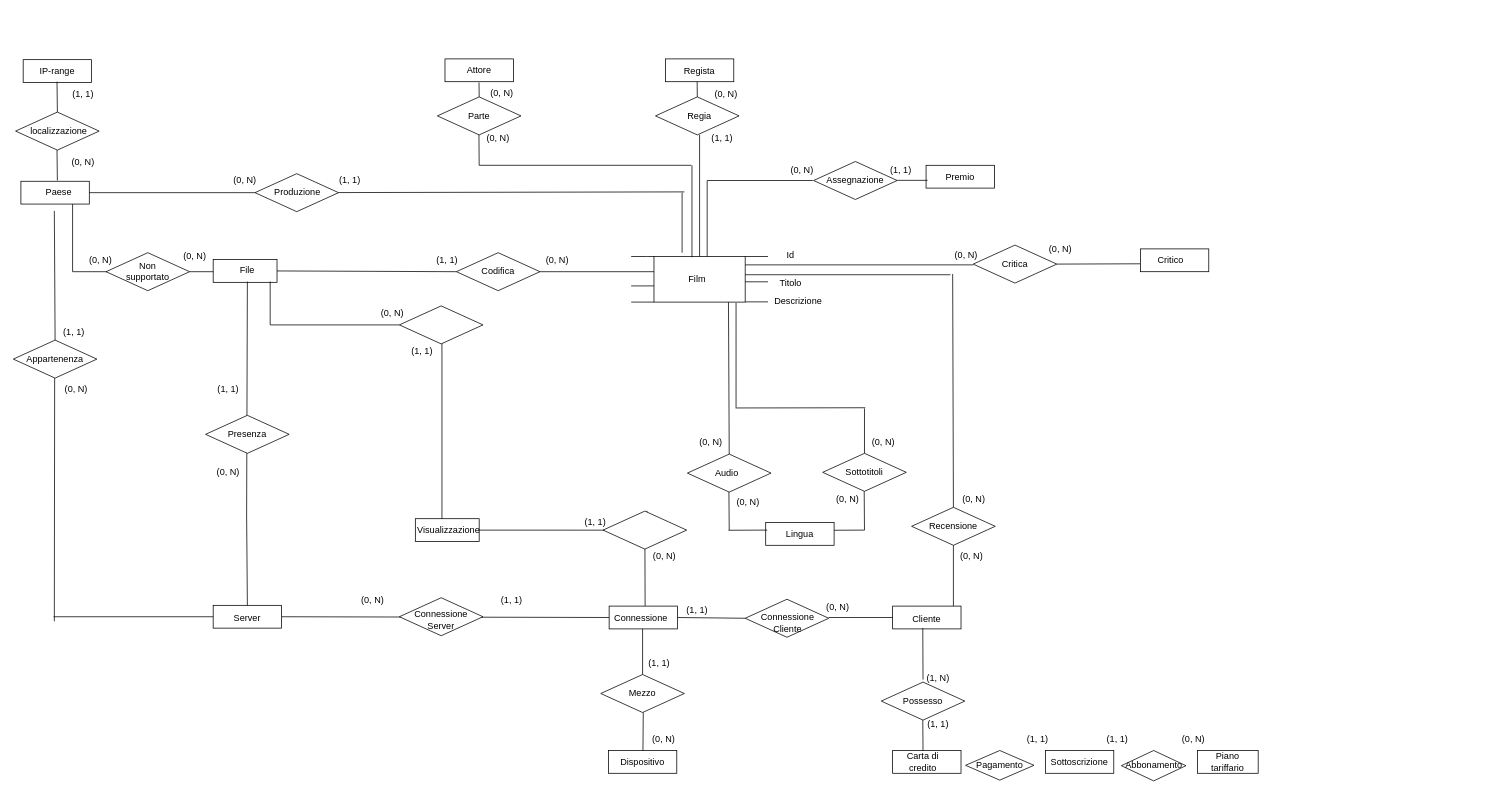
gcairone/progettodb keeps this draw.io diagram as ER_ristr.drawio. Above is the earlier version. Source tidied: cells renumbered, new cells numbered last; positions are measured from the earlier drawing's top-left corner, leaving out a move shared by most shapes. Both pictures are drawn from the tidied source at 76%, with x=0, y=0 at pixel (13, 59).
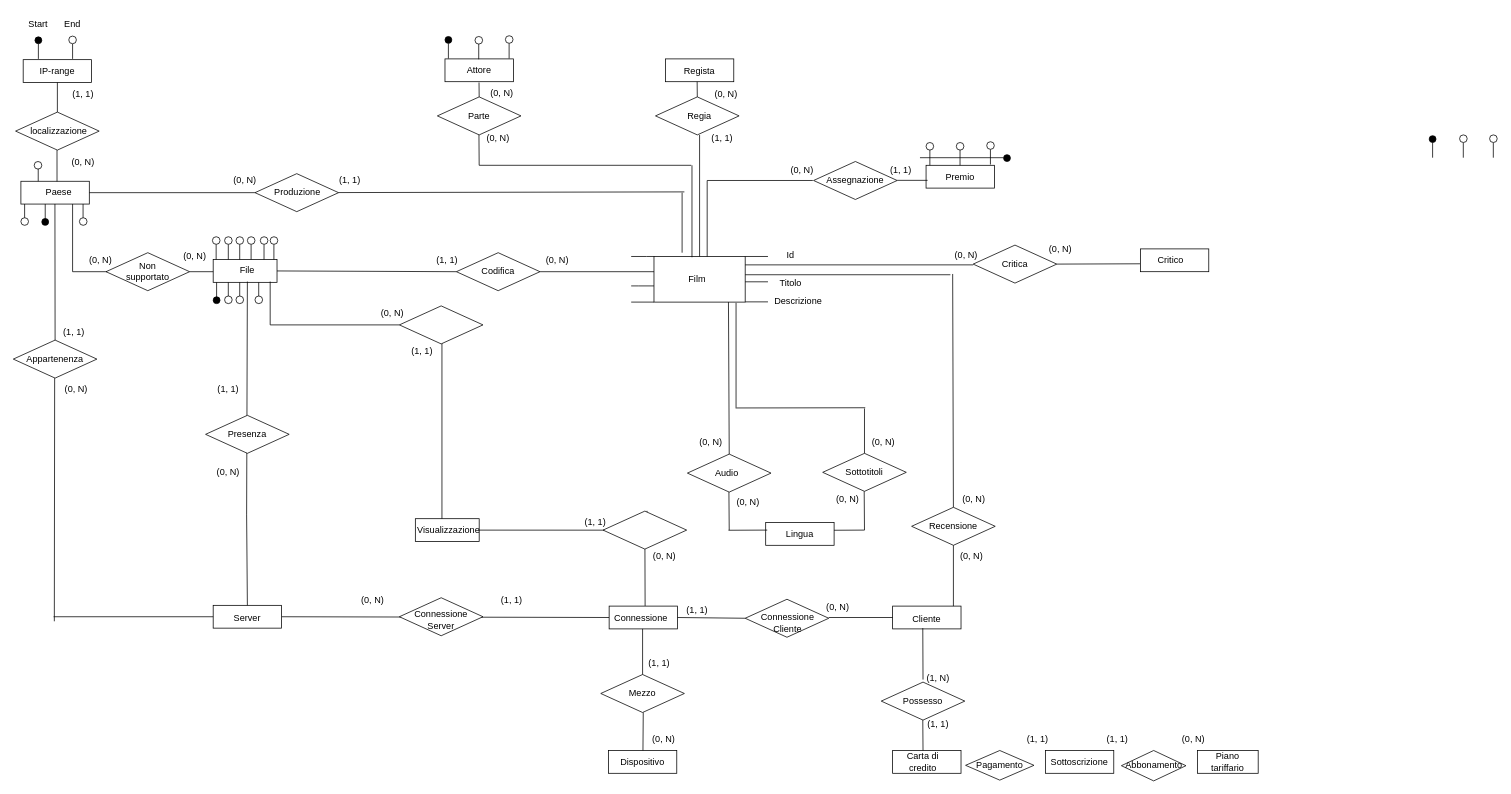
The same diagram, later.

Commit message:
adding attributes to ER_ristr diagram

The change refers to these unchanged cells:
```xml
<mxCell id="13" style="rhombus;whiteSpace=wrap;html=1;" parent="1" vertex="1">
  <mxGeometry y="370" width="110" height="50" as="geometry" />
</mxCell>
<mxCell id="28" value="Paese" style="text;html=1;strokeColor=none;fillColor=none;align=center;verticalAlign=middle;whiteSpace=wrap;rounded=0;" parent="1" vertex="1">
  <mxGeometry x="30" y="161" width="60" height="30" as="geometry" />
</mxCell>
<mxCell id="153" value="IP-range" style="text;html=1;strokeColor=none;fillColor=none;align=center;verticalAlign=middle;whiteSpace=wrap;rounded=0;" parent="1" vertex="1">
  <mxGeometry x="28" y="1" width="60" height="30" as="geometry" />
</mxCell>
```

Change to the diagram source:
```diff
@@
-    <mxCell id="50" style="endArrow=none;html=1;rounded=0;exitX=0.5;exitY=0;exitDx=0;exitDy=0;" parent="1" edge="1" source="13">
-      <mxGeometry relative="1" as="geometry">
-        <mxPoint x="54" y="200" as="targetPoint" />
-      </mxGeometry>
+    <mxCell id="50" style="endArrow=none;html=1;rounded=0;exitX=0.5;exitY=0;exitDx=0;exitDy=0;entryX=0.413;entryY=0.997;entryDx=0;entryDy=0;entryPerimeter=0;" parent="1" edge="1" source="13" target="28">
+      <mxGeometry relative="1" as="geometry" />
     </mxCell>
@@
-    <mxCell id="157" style="endArrow=none;html=1;rounded=0;" parent="1" edge="1">
+    <mxCell id="157" style="endArrow=none;html=1;rounded=0;" parent="1" edge="1" target="153">
       <mxGeometry relative="1" as="geometry">
         <mxPoint x="58" y="70" as="sourcePoint" />
-        <mxPoint x="57.5" y="30" as="targetPoint" />
       </mxGeometry>
     </mxCell>
-    <mxCell id="158" style="endArrow=none;html=1;rounded=0;" parent="1" edge="1">
+    <mxCell id="158" style="endArrow=none;html=1;rounded=0;exitX=0.459;exitY=0.008;exitDx=0;exitDy=0;exitPerimeter=0;" parent="1" edge="1" source="28">
       <mxGeometry relative="1" as="geometry">
-        <mxPoint x="58" y="160" as="sourcePoint" />
         <mxPoint x="57.5" y="120" as="targetPoint" />
       </mxGeometry>
     </mxCell>
@@
+    <mxCell id="178" style="ellipse;whiteSpace=wrap;html=1;fillColor=#000000;" parent="1" vertex="1">
+      <mxGeometry x="28.5" y="-29" width="9" height="9" as="geometry" />
+    </mxCell>
+    <mxCell id="179" style="endArrow=none;html=1;rounded=0;" parent="1" edge="1">
+      <mxGeometry relative="1" as="geometry">
+        <mxPoint x="33" y="-20" as="sourcePoint" />
+        <mxPoint x="33" as="targetPoint" />
+      </mxGeometry>
+    </mxCell>
+    <mxCell id="180" style="endArrow=none;html=1;rounded=0;" parent="1" edge="1">
+      <mxGeometry relative="1" as="geometry">
+        <mxPoint x="78" y="-20" as="sourcePoint" />
+        <mxPoint x="78" as="targetPoint" />
+      </mxGeometry>
+    </mxCell>
+    <mxCell id="181" style="ellipse;whiteSpace=wrap;html=1;" parent="1" vertex="1">
+      <mxGeometry x="73" y="-30" width="10" height="10" as="geometry" />
+    </mxCell>
+    <mxCell id="182" value="Start" style="text;strokeColor=none;align=center;fillColor=none;html=1;verticalAlign=middle;whiteSpace=wrap;rounded=0;" parent="1" vertex="1">
+      <mxGeometry x="3" y="-60" width="60" height="30" as="geometry" />
+    </mxCell>
+    <mxCell id="183" value="End" style="text;strokeColor=none;align=center;fillColor=none;html=1;verticalAlign=middle;whiteSpace=wrap;rounded=0;" parent="1" vertex="1">
+      <mxGeometry x="48" y="-60" width="60" height="30" as="geometry" />
+    </mxCell>
+    <mxCell id="184" style="ellipse;whiteSpace=wrap;html=1;fillColor=#000000;" parent="1" vertex="1">
+      <mxGeometry x="37.5" y="210" width="9" height="9" as="geometry" />
+    </mxCell>
+    <mxCell id="185" style="endArrow=none;html=1;rounded=0;" parent="1" edge="1">
+      <mxGeometry relative="1" as="geometry">
+        <mxPoint x="42" y="191" as="sourcePoint" />
+        <mxPoint x="42" y="211" as="targetPoint" />
+      </mxGeometry>
+    </mxCell>
+    <mxCell id="186" style="endArrow=none;html=1;rounded=0;" parent="1" edge="1">
+      <mxGeometry relative="1" as="geometry">
+        <mxPoint x="32.8" y="141" as="sourcePoint" />
+        <mxPoint x="32.8" y="161" as="targetPoint" />
+      </mxGeometry>
+    </mxCell>
+    <mxCell id="187" style="endArrow=none;html=1;rounded=0;" parent="1" edge="1">
+      <mxGeometry relative="1" as="geometry">
+        <mxPoint x="91.8" y="191" as="sourcePoint" />
+        <mxPoint x="91.8" y="211" as="targetPoint" />
+      </mxGeometry>
+    </mxCell>
+    <mxCell id="188" style="endArrow=none;html=1;rounded=0;" parent="1" edge="1">
+      <mxGeometry relative="1" as="geometry">
+        <mxPoint x="14.9" y="191" as="sourcePoint" />
+        <mxPoint x="14.9" y="211" as="targetPoint" />
+      </mxGeometry>
+    </mxCell>
+    <mxCell id="189" style="ellipse;whiteSpace=wrap;html=1;" parent="1" vertex="1">
+      <mxGeometry x="27.5" y="135" width="10" height="10" as="geometry" />
+    </mxCell>
+    <mxCell id="190" style="ellipse;whiteSpace=wrap;html=1;" parent="1" vertex="1">
+      <mxGeometry x="10" y="209" width="10" height="10" as="geometry" />
+    </mxCell>
+    <mxCell id="191" style="ellipse;whiteSpace=wrap;html=1;" parent="1" vertex="1">
+      <mxGeometry x="87" y="209" width="10" height="10" as="geometry" />
+    </mxCell>
+    <mxCell id="192" style="ellipse;whiteSpace=wrap;html=1;fillColor=#000000;" parent="1" vertex="1">
+      <mxGeometry x="263" y="313" width="9" height="9" as="geometry" />
+    </mxCell>
+    <mxCell id="193" style="endArrow=none;html=1;rounded=0;" parent="1" edge="1">
+      <mxGeometry relative="1" as="geometry">
+        <mxPoint x="267.5" y="294" as="sourcePoint" />
+        <mxPoint x="267.5" y="314" as="targetPoint" />
+      </mxGeometry>
+    </mxCell>
+    <mxCell id="194" style="ellipse;whiteSpace=wrap;html=1;fillColor=#000000;" parent="1" vertex="1">
+      <mxGeometry x="1863" y="101" width="9" height="9" as="geometry" />
+    </mxCell>
+    <mxCell id="195" style="endArrow=none;html=1;rounded=0;" parent="1" edge="1">
+      <mxGeometry relative="1" as="geometry">
+        <mxPoint x="1867.5" y="110" as="sourcePoint" />
+        <mxPoint x="1867.5" y="130" as="targetPoint" />
+      </mxGeometry>
+    </mxCell>
+    <mxCell id="196" style="endArrow=none;html=1;rounded=0;" parent="1" edge="1">
+      <mxGeometry relative="1" as="geometry">
+        <mxPoint x="266.9" y="244" as="sourcePoint" />
+        <mxPoint x="266.9" y="264" as="targetPoint" />
+      </mxGeometry>
+    </mxCell>
+    <mxCell id="197" style="ellipse;whiteSpace=wrap;html=1;" parent="1" vertex="1">
+      <mxGeometry x="262" y="234" width="10" height="10" as="geometry" />
+    </mxCell>
+    <mxCell id="198" style="endArrow=none;html=1;rounded=0;" parent="1" edge="1">
+      <mxGeometry relative="1" as="geometry">
+        <mxPoint x="282.9" y="244" as="sourcePoint" />
+        <mxPoint x="282.9" y="264" as="targetPoint" />
+      </mxGeometry>
+    </mxCell>
+    <mxCell id="199" style="ellipse;whiteSpace=wrap;html=1;" parent="1" vertex="1">
+      <mxGeometry x="278" y="234" width="10" height="10" as="geometry" />
+    </mxCell>
+    <mxCell id="200" style="endArrow=none;html=1;rounded=0;" parent="1" edge="1">
+      <mxGeometry relative="1" as="geometry">
+        <mxPoint x="297.9" y="244" as="sourcePoint" />
+        <mxPoint x="297.9" y="264" as="targetPoint" />
+      </mxGeometry>
+    </mxCell>
+    <mxCell id="201" style="ellipse;whiteSpace=wrap;html=1;" parent="1" vertex="1">
+      <mxGeometry x="293" y="234" width="10" height="10" as="geometry" />
+    </mxCell>
+    <mxCell id="202" style="endArrow=none;html=1;rounded=0;" parent="1" edge="1">
+      <mxGeometry relative="1" as="geometry">
+        <mxPoint x="312.9" y="244" as="sourcePoint" />
+        <mxPoint x="312.9" y="264" as="targetPoint" />
+      </mxGeometry>
+    </mxCell>
+    <mxCell id="203" style="ellipse;whiteSpace=wrap;html=1;" parent="1" vertex="1">
+      <mxGeometry x="308" y="234" width="10" height="10" as="geometry" />
+    </mxCell>
+    <mxCell id="204" style="endArrow=none;html=1;rounded=0;" parent="1" edge="1">
+      <mxGeometry relative="1" as="geometry">
+        <mxPoint x="329.9" y="244" as="sourcePoint" />
+        <mxPoint x="329.9" y="264" as="targetPoint" />
+      </mxGeometry>
+    </mxCell>
+    <mxCell id="205" style="ellipse;whiteSpace=wrap;html=1;" parent="1" vertex="1">
+      <mxGeometry x="325" y="234" width="10" height="10" as="geometry" />
+    </mxCell>
+    <mxCell id="206" style="endArrow=none;html=1;rounded=0;" parent="1" edge="1">
+      <mxGeometry relative="1" as="geometry">
+        <mxPoint x="342.9" y="244" as="sourcePoint" />
+        <mxPoint x="342.9" y="264" as="targetPoint" />
+      </mxGeometry>
+    </mxCell>
+    <mxCell id="207" style="ellipse;whiteSpace=wrap;html=1;" parent="1" vertex="1">
+      <mxGeometry x="338" y="234" width="10" height="10" as="geometry" />
+    </mxCell>
+    <mxCell id="208" style="endArrow=none;html=1;rounded=0;" parent="1" edge="1">
+      <mxGeometry relative="1" as="geometry">
+        <mxPoint x="282.9" y="294" as="sourcePoint" />
+        <mxPoint x="282.9" y="314" as="targetPoint" />
+      </mxGeometry>
+    </mxCell>
+    <mxCell id="209" style="ellipse;whiteSpace=wrap;html=1;" parent="1" vertex="1">
+      <mxGeometry x="278" y="312" width="10" height="10" as="geometry" />
+    </mxCell>
+    <mxCell id="210" style="endArrow=none;html=1;rounded=0;" parent="1" edge="1">
+      <mxGeometry relative="1" as="geometry">
+        <mxPoint x="297.9" y="294" as="sourcePoint" />
+        <mxPoint x="297.9" y="314" as="targetPoint" />
+      </mxGeometry>
+    </mxCell>
+    <mxCell id="211" style="ellipse;whiteSpace=wrap;html=1;" parent="1" vertex="1">
+      <mxGeometry x="293" y="312" width="10" height="10" as="geometry" />
+    </mxCell>
+    <mxCell id="212" style="endArrow=none;html=1;rounded=0;" parent="1" edge="1">
+      <mxGeometry relative="1" as="geometry">
+        <mxPoint x="322.9" y="294" as="sourcePoint" />
+        <mxPoint x="322.9" y="314" as="targetPoint" />
+      </mxGeometry>
+    </mxCell>
+    <mxCell id="213" style="ellipse;whiteSpace=wrap;html=1;" parent="1" vertex="1">
+      <mxGeometry x="318" y="312" width="10" height="10" as="geometry" />
+    </mxCell>
+    <mxCell id="214" style="endArrow=none;html=1;rounded=0;" parent="1" edge="1">
+      <mxGeometry relative="1" as="geometry">
+        <mxPoint x="1907.9" y="110" as="sourcePoint" />
+        <mxPoint x="1907.9" y="130" as="targetPoint" />
+      </mxGeometry>
+    </mxCell>
+    <mxCell id="215" style="ellipse;whiteSpace=wrap;html=1;" parent="1" vertex="1">
+      <mxGeometry x="1903" y="100" width="10" height="10" as="geometry" />
+    </mxCell>
+    <mxCell id="216" style="endArrow=none;html=1;rounded=0;" parent="1" edge="1">
+      <mxGeometry relative="1" as="geometry">
+        <mxPoint x="1947.4" y="110" as="sourcePoint" />
+        <mxPoint x="1947.4" y="130" as="targetPoint" />
+      </mxGeometry>
+    </mxCell>
+    <mxCell id="217" style="ellipse;whiteSpace=wrap;html=1;" parent="1" vertex="1">
+      <mxGeometry x="1942.5" y="100" width="10" height="10" as="geometry" />
+    </mxCell>
+    <mxCell id="218" style="ellipse;whiteSpace=wrap;html=1;fillColor=#000000;" parent="1" vertex="1">
+      <mxGeometry x="568" y="-29.5" width="9" height="9" as="geometry" />
+    </mxCell>
+    <mxCell id="219" style="endArrow=none;html=1;rounded=0;" parent="1" edge="1">
+      <mxGeometry relative="1" as="geometry">
+        <mxPoint x="572.5" y="-20.5" as="sourcePoint" />
+        <mxPoint x="572.5" y="-0.5" as="targetPoint" />
+      </mxGeometry>
+    </mxCell>
+    <mxCell id="220" style="endArrow=none;html=1;rounded=0;" parent="1" edge="1">
+      <mxGeometry relative="1" as="geometry">
+        <mxPoint x="612.4" y="-19.5" as="sourcePoint" />
+        <mxPoint x="612.4" y="0.5" as="targetPoint" />
+      </mxGeometry>
+    </mxCell>
+    <mxCell id="221" style="ellipse;whiteSpace=wrap;html=1;" parent="1" vertex="1">
+      <mxGeometry x="607.5" y="-29.5" width="10" height="10" as="geometry" />
+    </mxCell>
+    <mxCell id="222" style="endArrow=none;html=1;rounded=0;" parent="1" edge="1">
+      <mxGeometry relative="1" as="geometry">
+        <mxPoint x="652.4" y="-20.5" as="sourcePoint" />
+        <mxPoint x="652.4" y="-0.5" as="targetPoint" />
+      </mxGeometry>
+    </mxCell>
+    <mxCell id="223" style="ellipse;whiteSpace=wrap;html=1;" parent="1" vertex="1">
+      <mxGeometry x="647.5" y="-30.5" width="10" height="10" as="geometry" />
+    </mxCell>
+    <mxCell id="224" style="endArrow=none;html=1;rounded=0;" parent="1" edge="1">
+      <mxGeometry relative="1" as="geometry">
+        <mxPoint x="1245.7" y="120" as="sourcePoint" />
+        <mxPoint x="1245.7" y="140" as="targetPoint" />
+      </mxGeometry>
+    </mxCell>
+    <mxCell id="225" style="ellipse;whiteSpace=wrap;html=1;" parent="1" vertex="1">
+      <mxGeometry x="1240.8" y="110" width="10" height="10" as="geometry" />
+    </mxCell>
+    <mxCell id="226" style="endArrow=none;html=1;rounded=0;" parent="1" edge="1">
+      <mxGeometry relative="1" as="geometry">
+        <mxPoint x="1285.7" y="119" as="sourcePoint" />
+        <mxPoint x="1285.7" y="139" as="targetPoint" />
+      </mxGeometry>
+    </mxCell>
+    <mxCell id="227" style="ellipse;whiteSpace=wrap;html=1;" parent="1" vertex="1">
+      <mxGeometry x="1280.8" y="109" width="10" height="10" as="geometry" />
+    </mxCell>
+    <mxCell id="228" style="endArrow=none;html=1;rounded=0;" parent="1" edge="1">
+      <mxGeometry relative="1" as="geometry">
+        <mxPoint x="1206" y="120" as="sourcePoint" />
+        <mxPoint x="1206" y="140" as="targetPoint" />
+      </mxGeometry>
+    </mxCell>
+    <mxCell id="229" style="ellipse;whiteSpace=wrap;html=1;" parent="1" vertex="1">
+      <mxGeometry x="1201" y="110" width="10" height="10" as="geometry" />
+    </mxCell>
+    <mxCell id="230" style="endArrow=none;html=1;rounded=0;" parent="1" edge="1">
+      <mxGeometry relative="1" as="geometry">
+        <mxPoint x="1303" y="130" as="sourcePoint" />
+        <mxPoint x="1193" y="130" as="targetPoint" />
+      </mxGeometry>
+    </mxCell>
+    <mxCell id="231" style="ellipse;whiteSpace=wrap;html=1;fillColor=#000000;" parent="1" vertex="1">
+      <mxGeometry x="1303" y="126" width="9" height="9" as="geometry" />
+    </mxCell>
```
